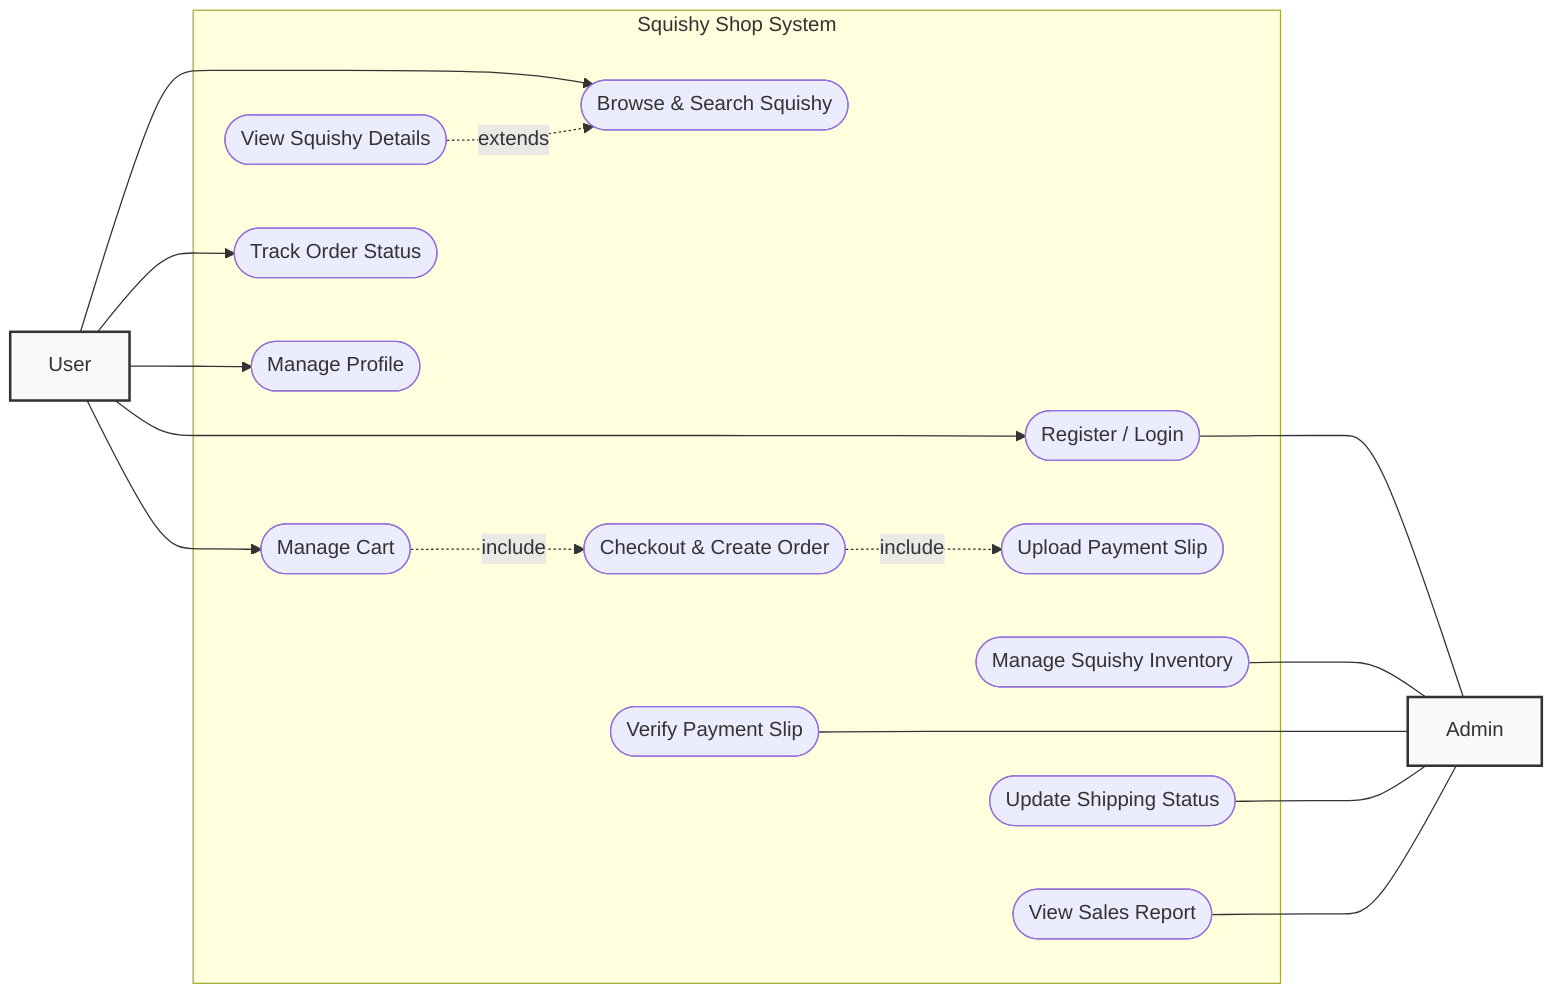
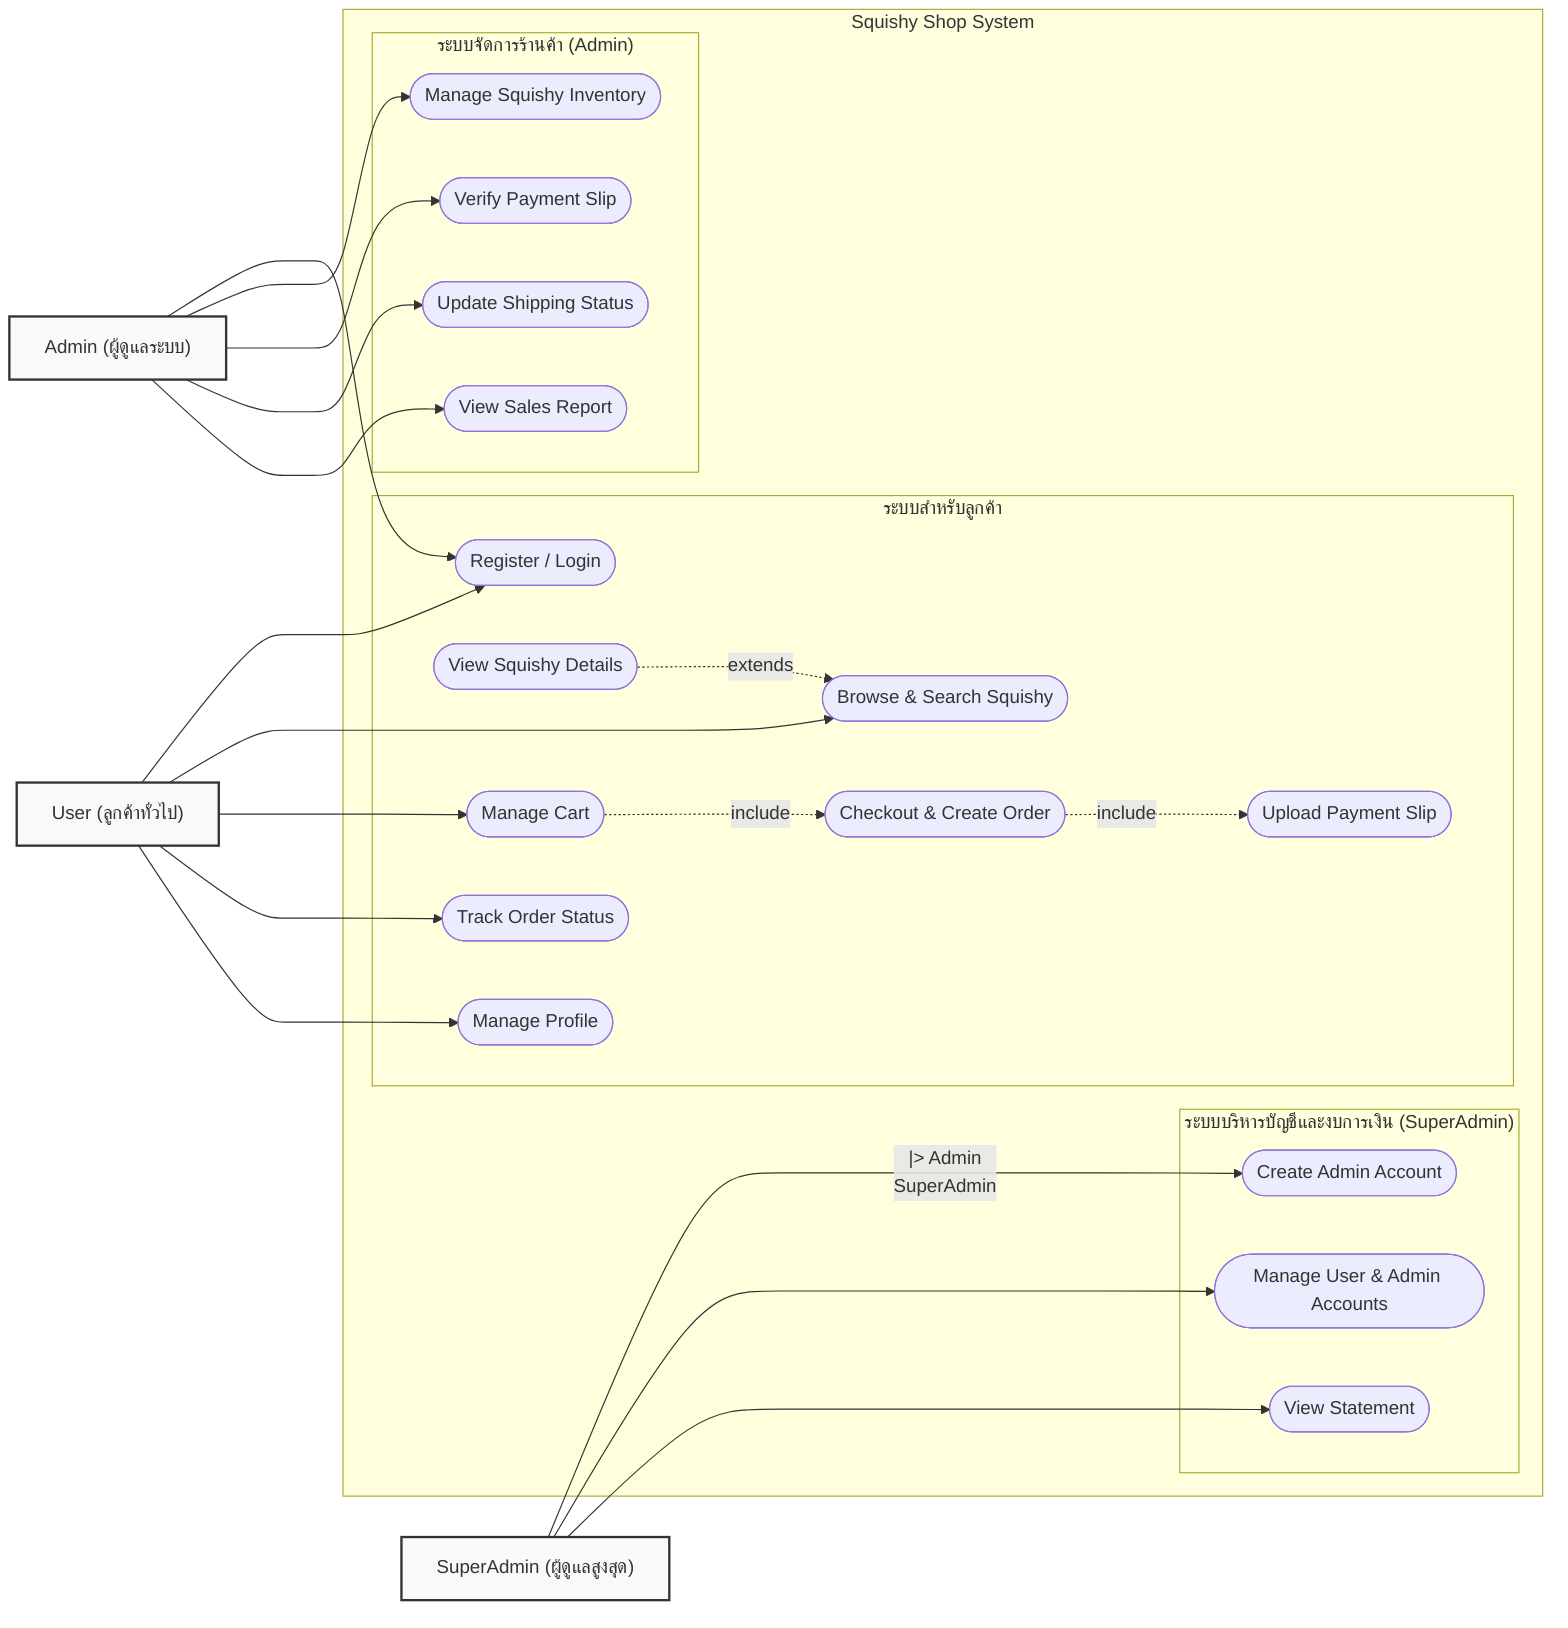
-     flowchart LR
-         %% กำหนดสไตล์ Actor และ Use Case
-         classDef actor fill:#f9f9f9,stroke:#333,stroke-width:2px;
-         classDef usecase fill:#e1f5fe,stroke:#0277bd,stroke-width:1.5px,rx:20,ry:20;
+ flowchart LR
+     %% ===================================================
+     %% STYLES & DEFINITIONS
+     %% ===================================================
+     classDef actor fill:#f9f9f9,stroke:#333,stroke-width:2px;
+     classDef usecase fill:#e1f5fe,stroke:#0277bd,stroke-width:1.5px,rx:20,ry:20;

-         %% กำหนด Actors
-         User["User"]:::actor
-         Admin["Admin"]:::actor
+     %% Actors
+     User["User (ลูกค้าทั่วไป)"]:::actor
+     Admin["Admin (ผู้ดูแลระบบ)"]:::actor
+     SuperAdmin["SuperAdmin (ผู้ดูแลสูงสุด)"]:::actor

-         %% สร้างกรอบครอบระบบ
-         subgraph System ["Squishy Shop System"]
+     %% ===================================================
+     %% SYSTEM BOUNDARY & USE CASES
+     %% ===================================================
+     subgraph System ["Squishy Shop System"]

-             %% Use Cases
+         subgraph UserModule ["ระบบสำหรับลูกค้า"]
            RL(["Register / Login"])
            BSS(["Browse & Search Squishy"])
            VSD(["View Squishy Details"])
            MC(["Manage Cart"])
            CCO(["Checkout & Create Order"])
            UPS(["Upload Payment Slip"])
            TOS(["Track Order Status"])
            MP(["Manage Profile"])
+         end

+         subgraph AdminModule ["ระบบจัดการร้านค้า (Admin)"]
            MSI(["Manage Squishy Inventory"])
            VPS(["Verify Payment Slip"])
            USS(["Update Shipping Status"])
            VSR(["View Sales Report"])
        end

-         %% การเชื่อมต่อของ User
-         User ----> RL
-         User --> BSS
-         User --> MC
-         User --> TOS
-         User --> MP
+         subgraph SuperAdminModule ["ระบบบริหารบัญชีและงบการเงิน (SuperAdmin)"]
+             CRA(["Create Admin Account"])
+             MGN(["Manage User & Admin Accounts"])
+             STM(["View Statement"])
+         end

-         %% การเชื่อมต่อของ Admin
-         RL ---- Admin
-         MSI --- Admin
-         VPS ----- Admin
-         USS --- Admin
-         VSR --- Admin
+     end

-         %% ความสัมพันธ์ (ใช้เส้นประสำหรับ extends/include)
-         VSD -.extends.-> BSS
-         MC -.include.-> CCO
-         CCO -.include.-> UPS
+     %% ===================================================
+     %% ACTOR CONNECTIONS
+     %% ===================================================

+     %% Connections for User
+     User ---> RL
+     User ---> BSS
+     User ---> MC
+     User ---> TOS
+     User ---> MP
+ 
+     %% Connections for Admin
+     Admin ---> RL
+     Admin ---> MSI
+     Admin ---> VPS
+     Admin ---> USS
+     Admin ---> VSR
+ 
+     %% Connections for SuperAdmin
+     SuperAdmin --|> Admin
+     SuperAdmin ---> CRA
+     SuperAdmin ---> MGN
+     SuperAdmin ---> STM
+ 
+     %% ===================================================
+     %% USE CASE RELATIONSHIPS
+     %% ===================================================
+     VSD -.extends.-> BSS
+     MC -.include.-> CCO
+     CCO -.include.-> UPS
